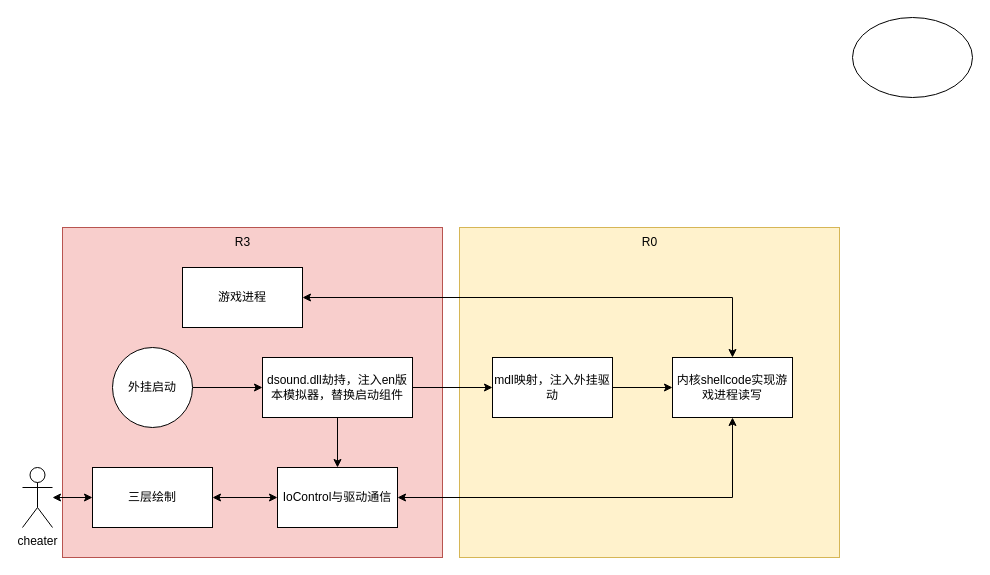
The draw.io diagram testDirectory/外挂流程1.drawio in Moose1273/-, before the edit. Source tidied: cells renumbered, new cells numbered last; positions are measured from the earlier drawing's top-left corner, leaving out a move shared by most shapes. Both pictures are drawn from the tidied source at 100%, with x=0, y=0 at pixel (22, 17).
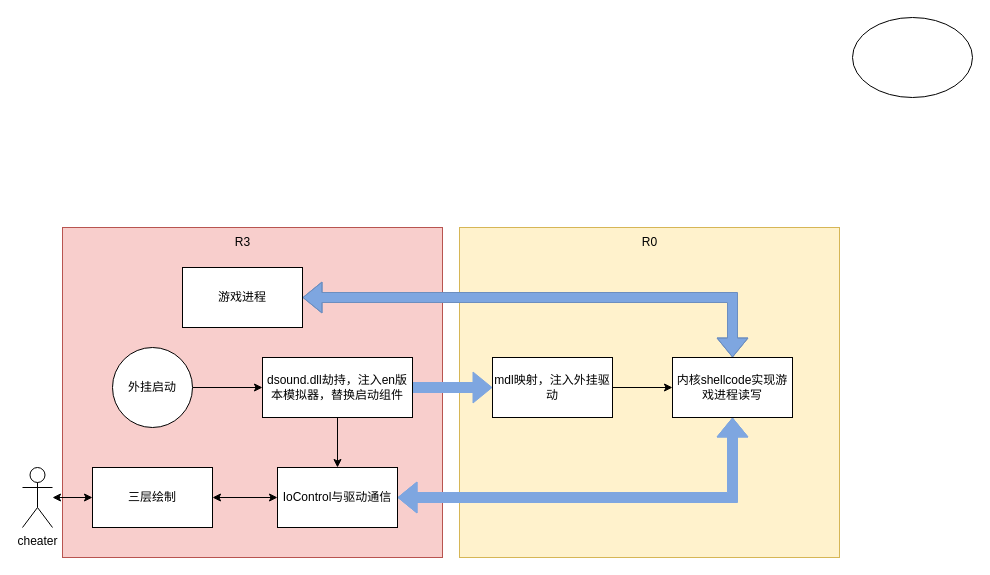
The same page after the edit.

Commit message (it also covers changes not shown here):
更新外挂流程1.drawio

Unchanged cells that the change refers to:
```xml
<mxCell id="8" value="dsound.dll劫持，注入en版本模拟器，替换启动组件" style="whiteSpace=wrap;html=1;" parent="1" vertex="1">
  <mxGeometry x="240" y="340" width="150" height="60" as="geometry" />
</mxCell>
<mxCell id="10" value="mdl映射，注入外挂驱动" style="whiteSpace=wrap;html=1;" parent="1" vertex="1">
  <mxGeometry x="470" y="340" width="120" height="60" as="geometry" />
</mxCell>
<mxCell id="12" value="内核shellcode实现游戏进程读写" style="whiteSpace=wrap;html=1;" parent="1" vertex="1">
  <mxGeometry x="650" y="340" width="120" height="60" as="geometry" />
</mxCell>
<mxCell id="13" value="IoControl与驱动通信" style="whiteSpace=wrap;html=1;" parent="1" vertex="1">
  <mxGeometry x="255" y="450" width="120" height="60" as="geometry" />
</mxCell>
<mxCell id="19" value="游戏进程" style="rounded=0;whiteSpace=wrap;html=1;" parent="1" vertex="1">
  <mxGeometry x="160" y="250" width="120" height="60" as="geometry" />
</mxCell>
```

Diff of the diagram source:
```diff
@@
-    <mxCell id="6" style="edgeStyle=orthogonalEdgeStyle;rounded=0;jettySize=auto;html=1;" parent="1" edge="1" source="8" target="10">
+    <mxCell id="6" style="edgeStyle=orthogonalEdgeStyle;rounded=0;jettySize=auto;html=1;shape=flexArrow;fillColor=#7EA6E0;strokeColor=#7EA6E0;" parent="1" edge="1" source="8" target="10">
       <mxGeometry relative="1" as="geometry" />
     </mxCell>
@@
-    <mxCell id="11" style="edgeStyle=orthogonalEdgeStyle;rounded=0;jettySize=auto;html=1;exitX=0.5;exitY=1;exitDx=0;exitDy=0;entryX=1;entryY=0.5;entryDx=0;entryDy=0;startArrow=classic;startFill=1;" parent="1" edge="1" source="12" target="13">
+    <mxCell id="11" style="edgeStyle=orthogonalEdgeStyle;rounded=0;jettySize=auto;html=1;exitX=0.5;exitY=1;exitDx=0;exitDy=0;entryX=1;entryY=0.5;entryDx=0;entryDy=0;startArrow=classic;startFill=1;shape=flexArrow;strokeColor=#7EA6E0;fillColor=#7EA6E0;" parent="1" edge="1" source="12" target="13">
       <mxGeometry relative="1" as="geometry" />
     </mxCell>
@@
-    <mxCell id="18" style="edgeStyle=orthogonalEdgeStyle;rounded=0;jettySize=auto;html=1;exitX=1;exitY=0.5;exitDx=0;exitDy=0;entryX=0.5;entryY=0;entryDx=0;entryDy=0;startArrow=classic;startFill=1;" parent="1" edge="1" source="19" target="12">
+    <mxCell id="18" style="edgeStyle=orthogonalEdgeStyle;rounded=0;jettySize=auto;html=1;exitX=1;exitY=0.5;exitDx=0;exitDy=0;entryX=0.5;entryY=0;entryDx=0;entryDy=0;startArrow=classic;startFill=1;fillColor=#7EA6E0;strokeColor=#6c8ebf;shape=flexArrow;" parent="1" edge="1" source="19" target="12">
       <mxGeometry relative="1" as="geometry" />
     </mxCell>
```
